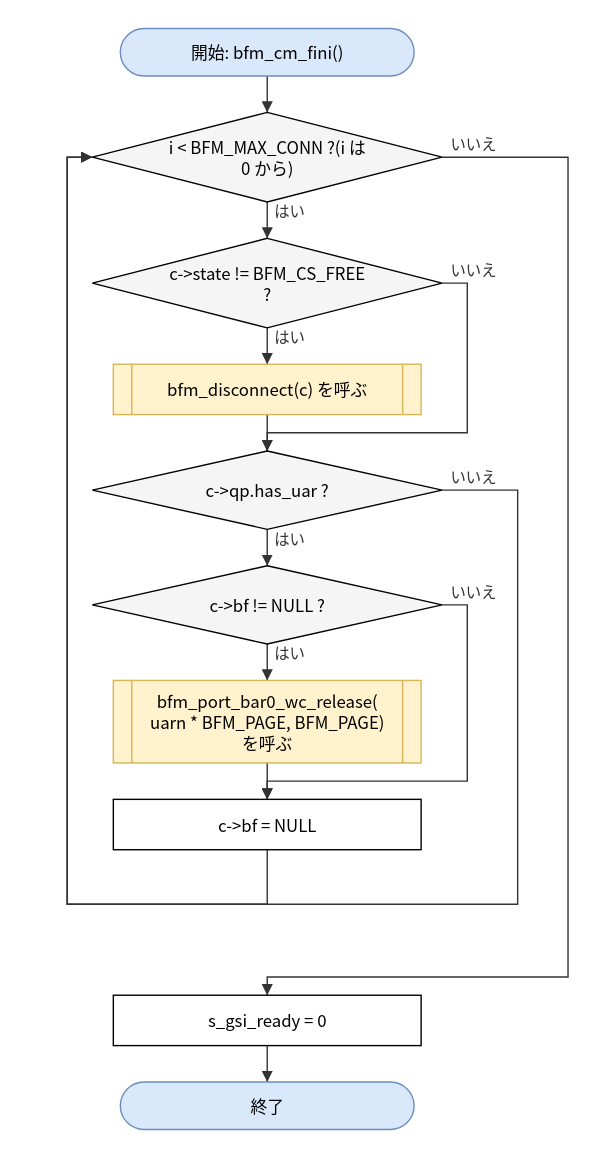
The draw.io diagram doc/spec/images/flow_src_bfm_cm__bfm_cm_fini.drawio.svg in hf355051012-ai/bfmem, before a commit. Source tidied: cells renumbered, new cells last; positions are measured from the earlier drawing's top-left corner, leaving out a move shared by most shapes.
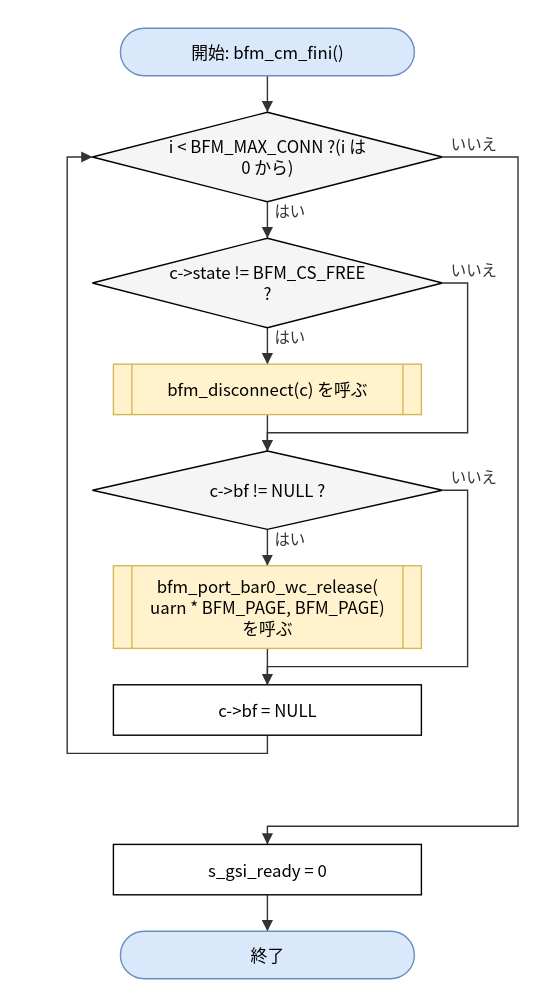
The same file after the commit.

What changed in the source:
```diff
@@ -14,24 +14,21 @@
     <mxCell id="5" value="bfm_disconnect(c) を呼ぶ" style="shape=process;whiteSpace=wrap;html=1;backgroundOutline=1;size=0.06;fillColor=#fff2cc;strokeColor=#d6b656;" parent="1" vertex="1">
       <mxGeometry x="33" y="240" width="220" height="36" as="geometry" />
     </mxCell>
-    <mxCell id="6" value="c-&amp;gt;qp.has_uar ?" style="rhombus;whiteSpace=wrap;html=1;fillColor=#f5f5f5;" parent="1" vertex="1">
+    <mxCell id="6" value="c-&amp;gt;bf != NULL ?" style="rhombus;whiteSpace=wrap;html=1;fillColor=#f5f5f5;" parent="1" vertex="1">
       <mxGeometry x="18" y="302" width="250" height="56" as="geometry" />
     </mxCell>
-    <mxCell id="7" value="c-&amp;gt;bf != NULL ?" style="rhombus;whiteSpace=wrap;html=1;fillColor=#f5f5f5;" parent="1" vertex="1">
-      <mxGeometry x="18" y="384" width="250" height="56" as="geometry" />
+    <mxCell id="7" value="bfm_port_bar0_wc_release(&lt;br&gt;uarn * BFM_PAGE, BFM_PAGE)&lt;br&gt;を呼ぶ" style="shape=process;whiteSpace=wrap;html=1;backgroundOutline=1;size=0.06;fillColor=#fff2cc;strokeColor=#d6b656;" parent="1" vertex="1">
+      <mxGeometry x="33" y="384" width="220" height="59" as="geometry" />
     </mxCell>
-    <mxCell id="8" value="bfm_port_bar0_wc_release(&lt;br&gt;uarn * BFM_PAGE, BFM_PAGE)&lt;br&gt;を呼ぶ" style="shape=process;whiteSpace=wrap;html=1;backgroundOutline=1;size=0.06;fillColor=#fff2cc;strokeColor=#d6b656;" parent="1" vertex="1">
-      <mxGeometry x="33" y="466" width="220" height="59" as="geometry" />
+    <mxCell id="8" value="c-&amp;gt;bf = NULL" style="rounded=0;whiteSpace=wrap;html=1;" parent="1" vertex="1">
+      <mxGeometry x="33" y="469" width="220" height="36" as="geometry" />
     </mxCell>
-    <mxCell id="9" value="c-&amp;gt;bf = NULL" style="rounded=0;whiteSpace=wrap;html=1;" parent="1" vertex="1">
-      <mxGeometry x="33" y="551" width="220" height="36" as="geometry" />
+    <mxCell id="9" value="s_gsi_ready = 0" style="rounded=0;whiteSpace=wrap;html=1;" parent="1" vertex="1">
+      <mxGeometry x="33" y="583" width="220" height="36" as="geometry" />
     </mxCell>
-    <mxCell id="10" value="s_gsi_ready = 0" style="rounded=0;whiteSpace=wrap;html=1;" parent="1" vertex="1">
-      <mxGeometry x="33" y="691" width="220" height="36" as="geometry" />
+    <mxCell id="10" value="終了" style="rounded=1;arcSize=50;whiteSpace=wrap;html=1;fillColor=#dae8fc;strokeColor=#6c8ebf;" parent="1" vertex="1">
+      <mxGeometry x="38" y="645" width="210" height="34" as="geometry" />
     </mxCell>
-    <mxCell id="11" value="終了" style="rounded=1;arcSize=50;whiteSpace=wrap;html=1;fillColor=#dae8fc;strokeColor=#6c8ebf;" parent="1" vertex="1">
-      <mxGeometry x="38" y="753" width="210" height="34" as="geometry" />
-    </mxCell>
     <mxCell id="12" style="edgeStyle=none;html=1;rounded=0;endArrow=block;endFill=1;exitX=0.5000;exitY=1.0000;exitDx=0;exitDy=0;exitPerimeter=0;entryX=0.5000;entryY=0.0000;entryDx=0;entryDy=0;entryPerimeter=0;" parent="1" edge="1" source="2" target="3">
       <mxGeometry relative="1" as="geometry" />
     </mxCell>
@@ -56,51 +53,38 @@
     <mxCell id="17" value="はい" style="edgeStyle=none;html=1;rounded=0;endArrow=block;endFill=1;exitX=0.5000;exitY=1.0000;exitDx=0;exitDy=0;exitPerimeter=0;entryX=0.5000;entryY=0.0000;entryDx=0;entryDy=0;entryPerimeter=0;" parent="1" edge="1" source="6" target="7">
       <mxGeometry relative="1" as="geometry" />
     </mxCell>
-    <mxCell id="18" value="はい" style="edgeStyle=none;html=1;rounded=0;endArrow=block;endFill=1;exitX=0.5000;exitY=1.0000;exitDx=0;exitDy=0;exitPerimeter=0;entryX=0.5000;entryY=0.0000;entryDx=0;entryDy=0;entryPerimeter=0;" parent="1" edge="1" source="7" target="8">
+    <mxCell id="18" style="edgeStyle=none;html=1;rounded=0;endArrow=block;endFill=1;exitX=0.5000;exitY=1.0000;exitDx=0;exitDy=0;exitPerimeter=0;entryX=0.5000;entryY=0.0000;entryDx=0;entryDy=0;entryPerimeter=0;" parent="1" edge="1" source="7" target="8">
       <mxGeometry relative="1" as="geometry" />
     </mxCell>
-    <mxCell id="19" style="edgeStyle=none;html=1;rounded=0;endArrow=block;endFill=1;exitX=0.5000;exitY=1.0000;exitDx=0;exitDy=0;exitPerimeter=0;entryX=0.5000;entryY=0.0000;entryDx=0;entryDy=0;entryPerimeter=0;" parent="1" edge="1" source="8" target="9">
-      <mxGeometry relative="1" as="geometry" />
+    <mxCell id="19" value="いいえ" style="edgeStyle=none;html=1;rounded=0;endArrow=block;endFill=1;exitX=1.0000;exitY=0.5000;exitDx=0;exitDy=0;exitPerimeter=0;entryX=0.5000;entryY=0.0000;entryDx=0;entryDy=0;entryPerimeter=0;" parent="1" edge="1" source="6" target="8">
+      <mxGeometry relative="1" as="geometry">
+        <Array as="points">
+          <mxPoint x="286" y="330" />
+          <mxPoint x="286" y="456" />
+          <mxPoint x="143" y="456" />
+        </Array>
+      </mxGeometry>
     </mxCell>
-    <mxCell id="20" value="いいえ" style="edgeStyle=none;html=1;rounded=0;endArrow=block;endFill=1;exitX=1.0000;exitY=0.5000;exitDx=0;exitDy=0;exitPerimeter=0;entryX=0.5000;entryY=0.0000;entryDx=0;entryDy=0;entryPerimeter=0;" parent="1" edge="1" source="7" target="9">
+    <mxCell id="20" style="edgeStyle=none;html=1;rounded=0;endArrow=block;endFill=1;exitX=0.5000;exitY=1.0000;exitDx=0;exitDy=0;exitPerimeter=0;entryX=0.0000;entryY=0.5000;entryDx=0;entryDy=0;entryPerimeter=0;" parent="1" edge="1" source="8" target="3">
       <mxGeometry relative="1" as="geometry">
         <Array as="points">
-          <mxPoint x="286" y="412" />
-          <mxPoint x="286" y="538" />
-          <mxPoint x="143" y="538" />
+          <mxPoint x="143" y="518" />
+          <mxPoint y="518" />
+          <mxPoint y="92" />
         </Array>
       </mxGeometry>
     </mxCell>
-    <mxCell id="21" style="edgeStyle=none;html=1;rounded=0;endArrow=block;endFill=1;exitX=0.5000;exitY=1.0000;exitDx=0;exitDy=0;exitPerimeter=0;entryX=0.0000;entryY=0.5000;entryDx=0;entryDy=0;entryPerimeter=0;" parent="1" edge="1" source="9" target="3">
+    <mxCell id="21" value="いいえ" style="edgeStyle=none;html=1;rounded=0;endArrow=block;endFill=1;exitX=1.0000;exitY=0.5000;exitDx=0;exitDy=0;exitPerimeter=0;entryX=0.5000;entryY=0.0000;entryDx=0;entryDy=0;entryPerimeter=0;" parent="1" edge="1" source="3" target="9">
       <mxGeometry relative="1" as="geometry">
         <Array as="points">
-          <mxPoint x="143" y="626" />
-          <mxPoint y="626" />
-          <mxPoint y="92" />
+          <mxPoint x="322" y="92" />
+          <mxPoint x="322" y="570" />
+          <mxPoint x="143" y="570" />
         </Array>
       </mxGeometry>
     </mxCell>
-    <mxCell id="22" value="いいえ" style="edgeStyle=none;html=1;rounded=0;endArrow=block;endFill=1;exitX=1.0000;exitY=0.5000;exitDx=0;exitDy=0;exitPerimeter=0;entryX=0.0000;entryY=0.5000;entryDx=0;entryDy=0;entryPerimeter=0;" parent="1" edge="1" source="6" target="3">
-      <mxGeometry relative="1" as="geometry">
-        <Array as="points">
-          <mxPoint x="322" y="330" />
-          <mxPoint x="322" y="626" />
-          <mxPoint y="626" />
-          <mxPoint y="92" />
-        </Array>
-      </mxGeometry>
+    <mxCell id="22" style="edgeStyle=none;html=1;rounded=0;endArrow=block;endFill=1;exitX=0.5000;exitY=1.0000;exitDx=0;exitDy=0;exitPerimeter=0;entryX=0.5000;entryY=0.0000;entryDx=0;entryDy=0;entryPerimeter=0;" parent="1" edge="1" source="9" target="10">
+      <mxGeometry relative="1" as="geometry" />
     </mxCell>
-    <mxCell id="23" value="いいえ" style="edgeStyle=none;html=1;rounded=0;endArrow=block;endFill=1;exitX=1.0000;exitY=0.5000;exitDx=0;exitDy=0;exitPerimeter=0;entryX=0.5000;entryY=0.0000;entryDx=0;entryDy=0;entryPerimeter=0;" parent="1" edge="1" source="3" target="10">
-      <mxGeometry relative="1" as="geometry">
-        <Array as="points">
-          <mxPoint x="358" y="92" />
-          <mxPoint x="358" y="678" />
-          <mxPoint x="143" y="678" />
-        </Array>
-      </mxGeometry>
-    </mxCell>
-    <mxCell id="24" style="edgeStyle=none;html=1;rounded=0;endArrow=block;endFill=1;exitX=0.5000;exitY=1.0000;exitDx=0;exitDy=0;exitPerimeter=0;entryX=0.5000;entryY=0.0000;entryDx=0;entryDy=0;entryPerimeter=0;" parent="1" edge="1" source="10" target="11">
-      <mxGeometry relative="1" as="geometry" />
-    </mxCell>
   </root>
 </mxGraphModel>
```
